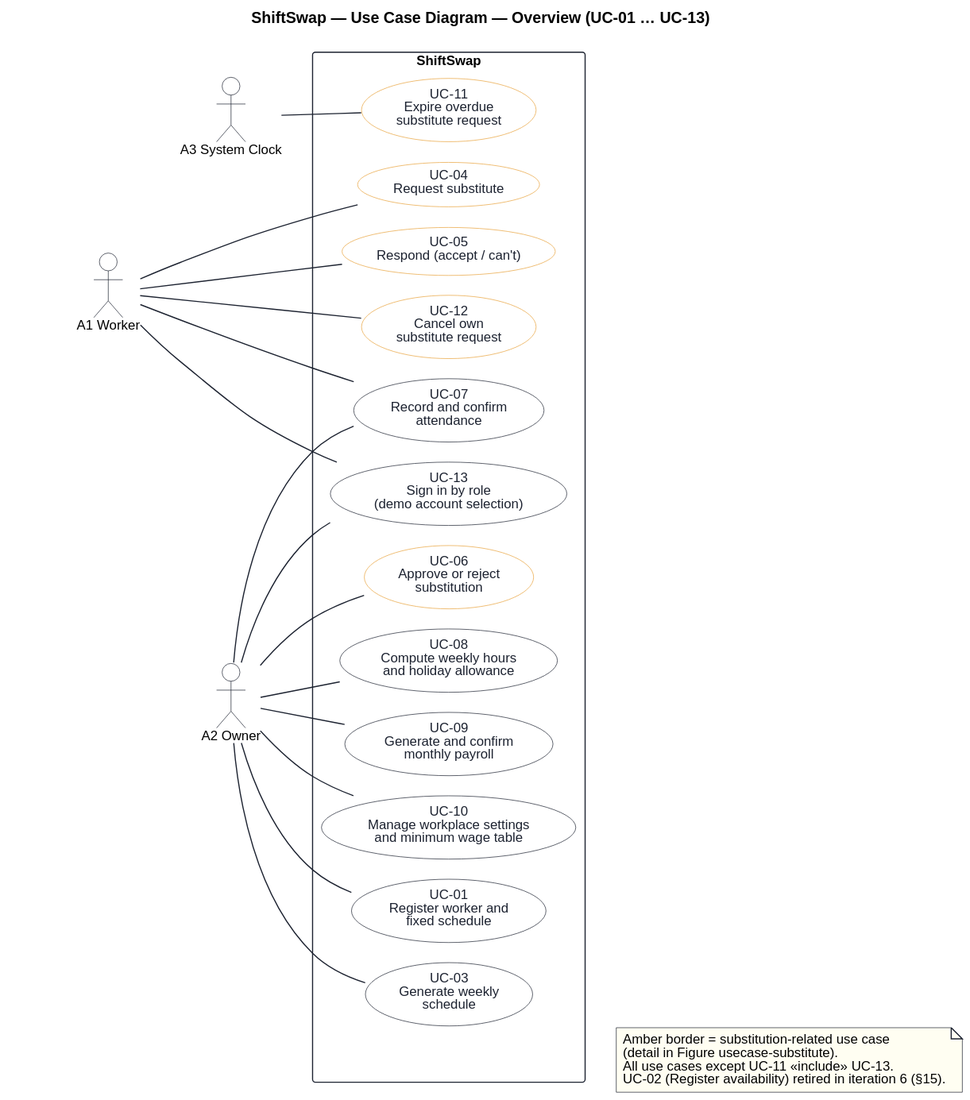
The PlantUML diagram uml/usecase.svg in keemlogan/shiftswap, before a commit.
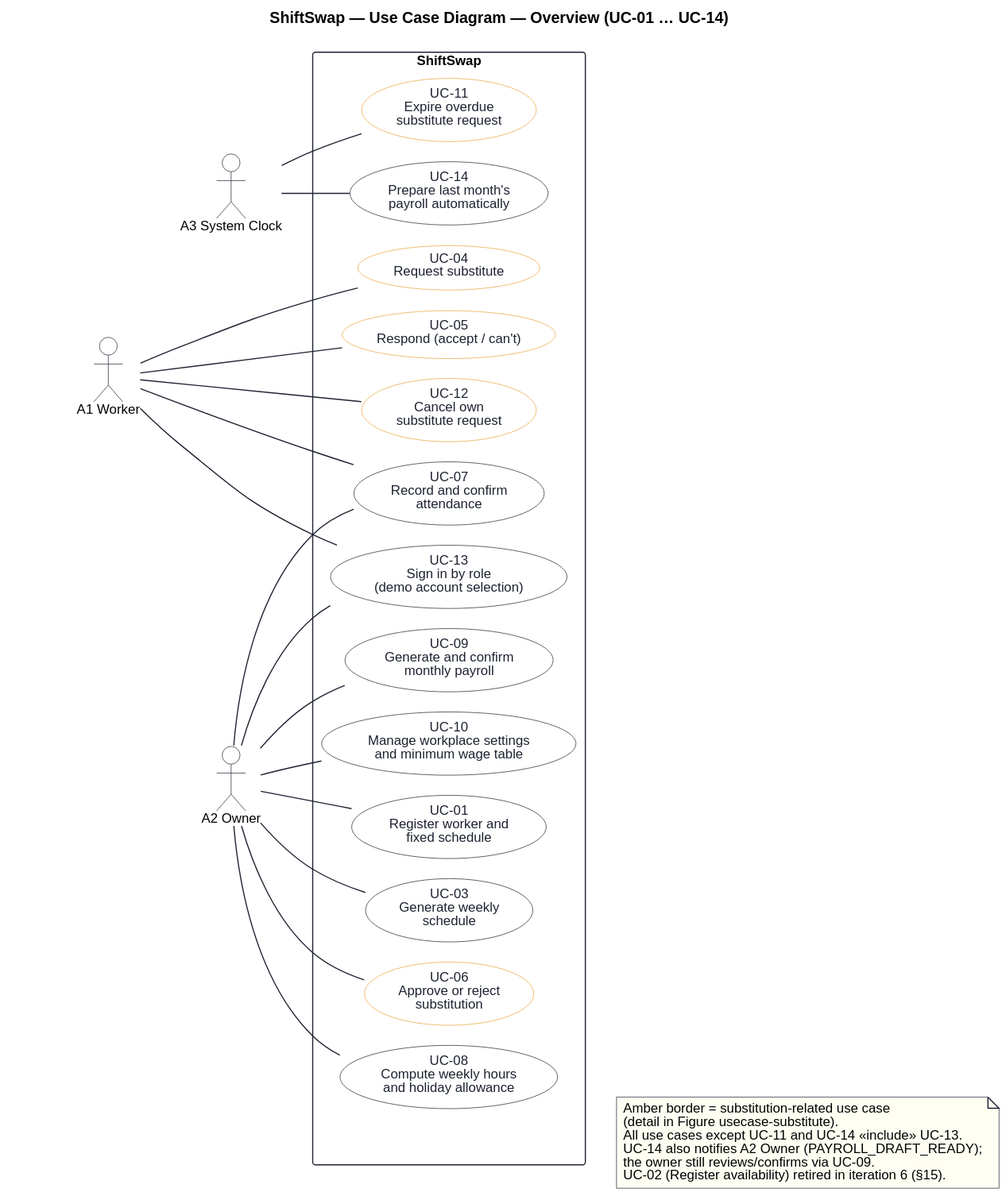
Later version of the same file.

Diff of the diagram source:
```diff
@@ -31,7 +31,7 @@
 
 left to right direction
 
-title ShiftSwap — Use Case Diagram — Overview (UC-01 … UC-13)
+title ShiftSwap — Use Case Diagram — Overview (UC-01 … UC-14)
 
 actor " " as Spacer #FFFFFF;line:FFFFFF;text:FFFFFF
 
@@ -57,6 +57,7 @@
   usecase "UC-10\nManage workplace settings\nand minimum wage table" as UC10
 
   usecase "UC-11\nExpire overdue\nsubstitute request" as UC11 <<amber>>
+  usecase "UC-14\nPrepare last month's\npayroll automatically" as UC14
 }
 
 actor "A2 Owner" as A2
@@ -78,11 +79,14 @@
 A2 -- UC13
 
 A3 -- UC11
+A3 -- UC14
 
 note as N1
   Amber border = substitution-related use case
   (detail in Figure usecase-substitute).
-  All use cases except UC-11 «include» UC-13.
+  All use cases except UC-11 and UC-14 «include» UC-13.
+  UC-14 also notifies A2 Owner (PAYROLL_DRAFT_READY);
+  the owner still reviews/confirms via UC-09.
   UC-02 (Register availability) retired in iteration 6 (§15).
 end note
 
```
